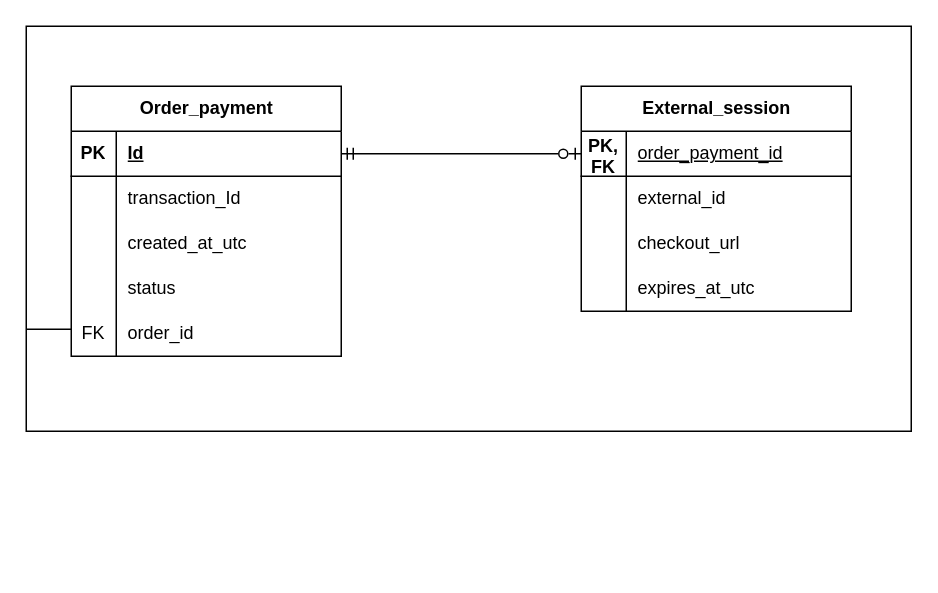
The draw.io diagram docs/diagrams/src/ER/OrderPayment Aggregate ER-Scheme.drawio in snani31/LegacyLego, before the edit. Source tidied: cells renumbered, new cells numbered last; positions are measured from the earlier drawing's top-left corner, leaving out a move shared by most shapes. Both pictures are drawn from the tidied source at 150%, with x=0, y=0 at pixel (26, 26).
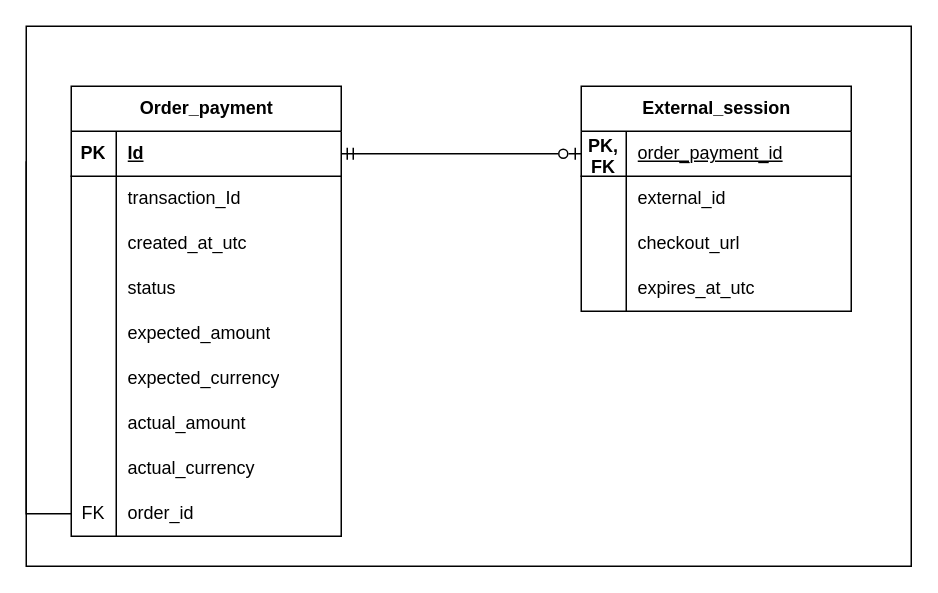
The same diagram, later.

Commit message (it also covers changes not shown here):
refactor(docs): upgrade OrderPayment ER docs

The change refers to these unchanged cells:
```xml
<mxCell id="29" style="shape=tableRow;horizontal=0;startSize=0;swimlaneHead=0;swimlaneBody=0;fillColor=none;top=0;left=0;right=0;bottom=0;" parent="16" vertex="1">
  <mxGeometry y="150" width="180" height="30" as="geometry" />
</mxCell>
```

The edit, as a diff of the source:
```diff
@@
     <mxCell id="2" style="rounded=0;whiteSpace=wrap;html=1;" parent="1" vertex="1">
-      <mxGeometry width="590" height="270" as="geometry" />
+      <mxGeometry width="590" height="360" as="geometry" />
     </mxCell>
+    <mxCell id="34" style="edgeStyle=orthogonalEdgeStyle;rounded=0;jettySize=auto;html=1;entryX=0;entryY=0.5;entryDx=0;entryDy=0;exitX=0;exitY=0.25;exitDx=0;exitDy=0;endArrow=none;endFill=0;" parent="1" edge="1" source="2" target="44">
+      <mxGeometry relative="1" as="geometry">
+        <Array as="points">
+          <mxPoint y="325" />
+        </Array>
+      </mxGeometry>
+    </mxCell>
@@
     <mxCell id="16" value="Order_payment" style="shape=table;startSize=30;childLayout=tableLayout;rowLines=0;fontStyle=1;align=center;html=1;" parent="1" vertex="1">
-      <mxGeometry x="30" y="40" width="180" height="180" as="geometry" />
+      <mxGeometry x="30" y="40" width="180" height="300" as="geometry" />
     </mxCell>
@@
-    <mxCell id="30" value="FK" style="shape=partialRectangle;fillColor=none;top=0;left=0;bottom=0;right=0;overflow=hidden;whiteSpace=wrap;html=1;" parent="29" vertex="1">
+    <mxCell id="30" style="shape=partialRectangle;fillColor=none;top=0;left=0;bottom=0;right=0;overflow=hidden;whiteSpace=wrap;html=1;" parent="29" vertex="1">
       <mxGeometry width="30" height="30" as="geometry" />
     </mxCell>
-    <mxCell id="31" value="order_id" style="shape=partialRectangle;fillColor=none;top=0;left=0;bottom=0;right=0;align=left;spacingLeft=6;overflow=hidden;whiteSpace=wrap;html=1;" parent="29" vertex="1">
+    <mxCell id="31" value="expected_amount" style="shape=partialRectangle;fillColor=none;top=0;left=0;bottom=0;right=0;align=left;spacingLeft=6;overflow=hidden;whiteSpace=wrap;html=1;" parent="29" vertex="1">
       <mxGeometry x="30" width="150" height="30" as="geometry" />
     </mxCell>
+    <mxCell id="35" style="shape=tableRow;horizontal=0;startSize=0;swimlaneHead=0;swimlaneBody=0;fillColor=none;top=0;left=0;right=0;bottom=0;" parent="16" vertex="1">
+      <mxGeometry y="180" width="180" height="30" as="geometry" />
+    </mxCell>
+    <mxCell id="36" style="shape=partialRectangle;fillColor=none;top=0;left=0;bottom=0;right=0;overflow=hidden;whiteSpace=wrap;html=1;" parent="35" vertex="1">
+      <mxGeometry width="30" height="30" as="geometry" />
+    </mxCell>
+    <mxCell id="37" value="expected_currency" style="shape=partialRectangle;fillColor=none;top=0;left=0;bottom=0;right=0;align=left;spacingLeft=6;overflow=hidden;whiteSpace=wrap;html=1;" parent="35" vertex="1">
+      <mxGeometry x="30" width="150" height="30" as="geometry" />
+    </mxCell>
+    <mxCell id="38" style="shape=tableRow;horizontal=0;startSize=0;swimlaneHead=0;swimlaneBody=0;fillColor=none;top=0;left=0;right=0;bottom=0;" parent="16" vertex="1">
+      <mxGeometry y="210" width="180" height="30" as="geometry" />
+    </mxCell>
+    <mxCell id="39" style="shape=partialRectangle;fillColor=none;top=0;left=0;bottom=0;right=0;overflow=hidden;whiteSpace=wrap;html=1;" parent="38" vertex="1">
+      <mxGeometry width="30" height="30" as="geometry" />
+    </mxCell>
+    <mxCell id="40" value="actual_amount" style="shape=partialRectangle;fillColor=none;top=0;left=0;bottom=0;right=0;align=left;spacingLeft=6;overflow=hidden;whiteSpace=wrap;html=1;" parent="38" vertex="1">
+      <mxGeometry x="30" width="150" height="30" as="geometry" />
+    </mxCell>
+    <mxCell id="41" style="shape=tableRow;horizontal=0;startSize=0;swimlaneHead=0;swimlaneBody=0;fillColor=none;top=0;left=0;right=0;bottom=0;" parent="16" vertex="1">
+      <mxGeometry y="240" width="180" height="30" as="geometry" />
+    </mxCell>
+    <mxCell id="42" style="shape=partialRectangle;fillColor=none;top=0;left=0;bottom=0;right=0;overflow=hidden;whiteSpace=wrap;html=1;" parent="41" vertex="1">
+      <mxGeometry width="30" height="30" as="geometry" />
+    </mxCell>
+    <mxCell id="43" value="actual_currency" style="shape=partialRectangle;fillColor=none;top=0;left=0;bottom=0;right=0;align=left;spacingLeft=6;overflow=hidden;whiteSpace=wrap;html=1;" parent="41" vertex="1">
+      <mxGeometry x="30" width="150" height="30" as="geometry" />
+    </mxCell>
+    <mxCell id="44" style="shape=tableRow;horizontal=0;startSize=0;swimlaneHead=0;swimlaneBody=0;fillColor=none;points=[[0,0.5],[1,0.5]];portConstraint=eastwest;top=0;left=0;right=0;bottom=0;" parent="16" vertex="1">
+      <mxGeometry y="270" width="180" height="30" as="geometry" />
+    </mxCell>
+    <mxCell id="45" value="FK" style="shape=partialRectangle;fillColor=none;top=0;left=0;bottom=0;right=0;overflow=hidden;whiteSpace=wrap;html=1;" parent="44" vertex="1">
+      <mxGeometry width="30" height="30" as="geometry" />
+    </mxCell>
+    <mxCell id="46" value="order_id" style="shape=partialRectangle;fillColor=none;top=0;left=0;bottom=0;right=0;align=left;spacingLeft=6;overflow=hidden;whiteSpace=wrap;html=1;" parent="44" vertex="1">
+      <mxGeometry x="30" width="150" height="30" as="geometry" />
+    </mxCell>
@@
-    <mxCell id="33" style="edgeStyle=orthogonalEdgeStyle;rounded=0;jettySize=auto;html=1;entryX=0;entryY=0.75;entryDx=0;entryDy=0;endArrow=none;endFill=0;" parent="1" edge="1" target="2">
-      <mxGeometry relative="1" as="geometry">
-        <mxPoint x="30" y="202" as="sourcePoint" />
-      </mxGeometry>
-    </mxCell>
```
